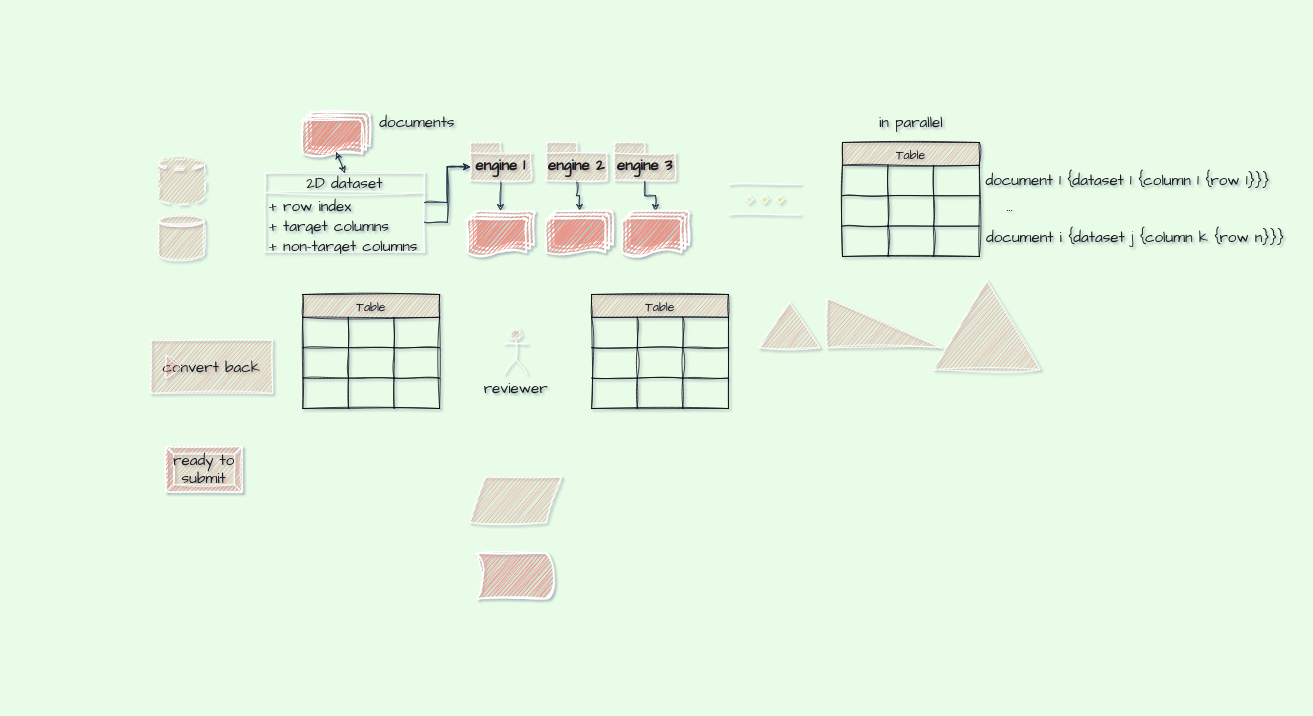
This is tomato.drawio from duanx9/flowcharts, a draw.io file, before an edit. Source tidied: cells renumbered, new cells numbered last; positions are measured from the earlier drawing's top-left corner, leaving out a move shared by most shapes. Both pictures are drawn from the tidied source at 76%, with x=0, y=0 at pixel (150, 106).
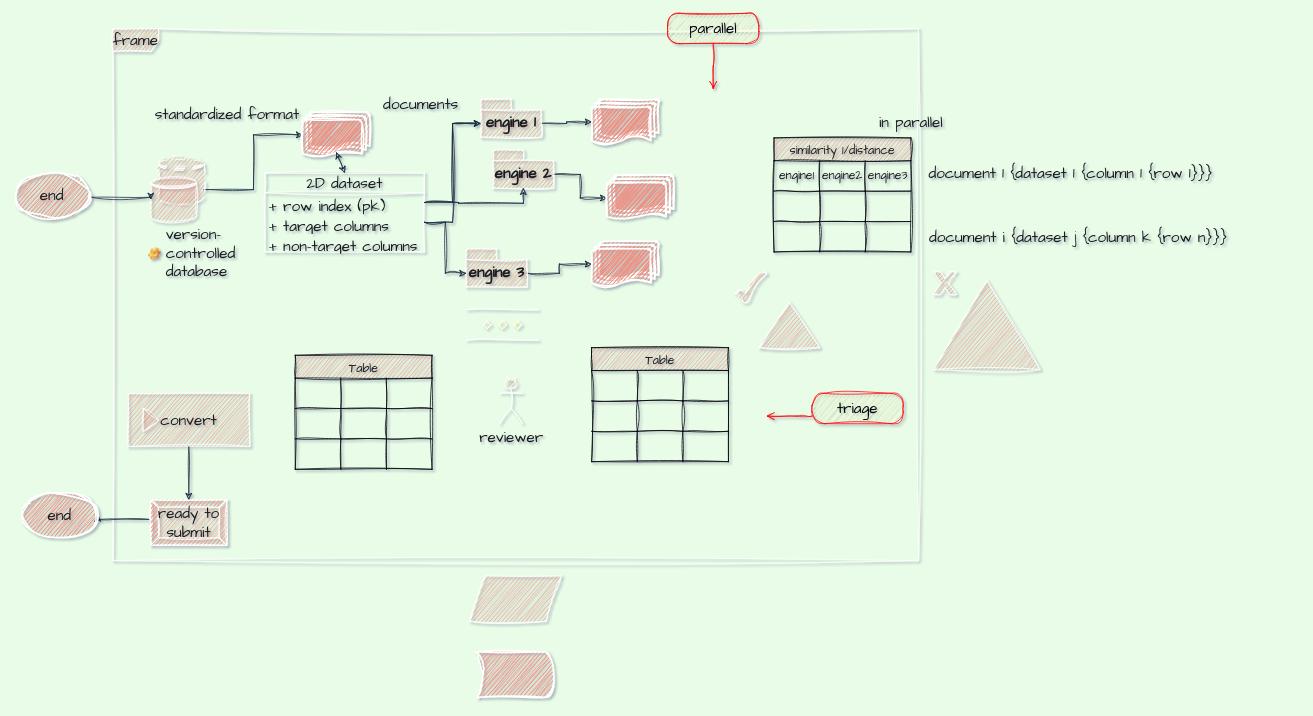
The same page after the edit.

The change refers to these unchanged cells:
```xml
<mxCell id="2" style="shape=datastore;whiteSpace=wrap;html=1;sketch=1;hachureGap=4;jiggle=2;curveFitting=1;strokeColor=#FFFFFF;fontFamily=Architects Daughter;fontSize=20;fontColor=#1A1A1A;fillColor=#F08E81;dashed=1;dashPattern=12 12;" parent="1" vertex="1">
  <mxGeometry x="10" y="67" width="60" height="60" as="geometry" />
</mxCell>
<mxCell id="4" value="2D dataset" style="swimlane;fontStyle=0;horizontal=1;startSize=26;fillColor=none;whiteSpace=wrap;html=1;sketch=1;hachureGap=4;jiggle=2;curveFitting=1;strokeColor=#FFFFFF;fontFamily=Architects Daughter;fontSize=20;fontColor=#1A1A1A;" parent="1" vertex="1">
  <mxGeometry x="150" y="87" width="210" height="104" as="geometry" />
</mxCell>
<mxCell id="6" value="+ target columns" style="text;strokeColor=none;fillColor=none;align=left;verticalAlign=top;spacingLeft=4;spacingRight=4;overflow=hidden;points=[[0,0.5],[1,0.5]];portConstraint=eastwest;whiteSpace=wrap;html=1;fontSize=20;fontFamily=Architects Daughter;fontColor=#1A1A1A;" parent="4" vertex="1">
  <mxGeometry y="52" width="210" height="26" as="geometry" />
</mxCell>
<mxCell id="8" style="strokeWidth=2;html=1;shape=mxgraph.flowchart.multi-document;whiteSpace=wrap;sketch=1;hachureGap=4;jiggle=2;curveFitting=1;strokeColor=#FFFFFF;fontFamily=Architects Daughter;fontSize=20;fontColor=#1A1A1A;fillColor=#F08E81;" parent="1" vertex="1">
  <mxGeometry x="200" y="7" width="88" height="60" as="geometry" />
</mxCell>
<mxCell id="29" style="shape=tableRow;horizontal=0;startSize=0;swimlaneHead=0;swimlaneBody=0;strokeColor=inherit;top=0;left=0;bottom=0;right=0;fillColor=none;fontSize=16;sketch=1;hachureGap=4;jiggle=2;curveFitting=1;fontFamily=Architects Daughter;fontColor=#1A1A1A;" parent="28" vertex="1">
  <mxGeometry y="30" width="180" height="40" as="geometry" />
</mxCell>
```

Diff of the diagram source:
```diff
@@
+    <mxCell id="75" value="frame" style="shape=umlFrame;whiteSpace=wrap;html=1;sketch=1;hachureGap=4;jiggle=2;curveFitting=1;strokeColor=#FFFFFF;fontFamily=Architects Daughter;fontSize=20;fontColor=#1A1A1A;fillColor=#F08E81;" parent="1" vertex="1">
+      <mxGeometry x="-50" y="-103" width="1060" height="700" as="geometry" />
+    </mxCell>
+    <mxCell id="76" style="edgeStyle=orthogonalEdgeStyle;rounded=0;sketch=1;hachureGap=4;jiggle=2;curveFitting=1;jettySize=auto;html=1;exitX=1;exitY=0.7;exitDx=0;exitDy=0;entryX=0;entryY=0.5;entryDx=0;entryDy=0;entryPerimeter=0;strokeColor=#182E3E;fontFamily=Architects Daughter;fontSize=16;fontColor=#1A1A1A;" parent="1" edge="1" source="2" target="8">
+      <mxGeometry relative="1" as="geometry" />
+    </mxCell>
@@
     <mxCell id="3" style="shape=datastore;whiteSpace=wrap;html=1;sketch=1;hachureGap=4;jiggle=2;curveFitting=1;strokeColor=#FFFFFF;fontFamily=Architects Daughter;fontSize=20;fontColor=#1A1A1A;fillColor=#F08E81;" parent="1" vertex="1">
-      <mxGeometry x="10" y="142" width="60" height="60" as="geometry" />
+      <mxGeometry y="92" width="60" height="60" as="geometry" />
     </mxCell>
@@
-    <mxCell id="5" value="+ row index" style="text;strokeColor=none;fillColor=none;align=left;verticalAlign=top;spacingLeft=4;spacingRight=4;overflow=hidden;points=[[0,0.5],[1,0.5]];portConstraint=eastwest;whiteSpace=wrap;html=1;fontSize=20;fontFamily=Architects Daughter;fontColor=#1A1A1A;" parent="4" vertex="1">
+    <mxCell id="5" value="+ row index (pk)" style="text;strokeColor=none;fillColor=none;align=left;verticalAlign=top;spacingLeft=4;spacingRight=4;overflow=hidden;points=[[0,0.5],[1,0.5]];portConstraint=eastwest;whiteSpace=wrap;html=1;fontSize=20;fontFamily=Architects Daughter;fontColor=#1A1A1A;" parent="4" vertex="1">
       <mxGeometry y="26" width="210" height="26" as="geometry" />
     </mxCell>
@@
-    <mxCell id="9" style="edgeStyle=orthogonalEdgeStyle;rounded=0;sketch=1;hachureGap=4;jiggle=2;curveFitting=1;jettySize=auto;html=1;exitX=0.5;exitY=1;exitDx=0;exitDy=0;exitPerimeter=0;entryX=0.5;entryY=0;entryDx=0;entryDy=0;entryPerimeter=0;strokeColor=#182E3E;fontFamily=Architects Daughter;fontSize=16;fontColor=#1A1A1A;" parent="1" edge="1" source="10" target="16">
+    <mxCell id="9" style="edgeStyle=orthogonalEdgeStyle;rounded=0;sketch=1;hachureGap=4;jiggle=2;curveFitting=1;jettySize=auto;html=1;exitX=0;exitY=0;exitDx=80;exitDy=32;exitPerimeter=0;entryX=0;entryY=0.5;entryDx=0;entryDy=0;entryPerimeter=0;strokeColor=#182E3E;fontFamily=Architects Daughter;fontSize=16;fontColor=#1A1A1A;" parent="1" edge="1" source="10" target="16">
       <mxGeometry relative="1" as="geometry" />
     </mxCell>
     <mxCell id="10" value="engine 2" style="shape=folder;fontStyle=1;spacingTop=10;tabWidth=40;tabHeight=14;tabPosition=left;html=1;whiteSpace=wrap;sketch=1;hachureGap=4;jiggle=2;curveFitting=1;strokeColor=#FFFFFF;fontFamily=Architects Daughter;fontSize=20;fontColor=#1A1A1A;fillColor=#F08E81;" parent="1" vertex="1">
-      <mxGeometry x="520" y="47" width="80" height="50" as="geometry" />
+      <mxGeometry x="450" y="57" width="80" height="50" as="geometry" />
     </mxCell>
-    <mxCell id="11" style="edgeStyle=orthogonalEdgeStyle;rounded=0;sketch=1;hachureGap=4;jiggle=2;curveFitting=1;jettySize=auto;html=1;exitX=0.5;exitY=1;exitDx=0;exitDy=0;exitPerimeter=0;entryX=0.5;entryY=0;entryDx=0;entryDy=0;entryPerimeter=0;strokeColor=#182E3E;fontFamily=Architects Daughter;fontSize=16;fontColor=#1A1A1A;" parent="1" edge="1" source="12" target="17">
+    <mxCell id="11" style="edgeStyle=orthogonalEdgeStyle;rounded=0;sketch=1;hachureGap=4;jiggle=2;curveFitting=1;jettySize=auto;html=1;exitX=0;exitY=0;exitDx=80;exitDy=32;exitPerimeter=0;entryX=0;entryY=0.5;entryDx=0;entryDy=0;entryPerimeter=0;strokeColor=#182E3E;fontFamily=Architects Daughter;fontSize=16;fontColor=#1A1A1A;" parent="1" edge="1" source="12" target="17">
       <mxGeometry relative="1" as="geometry" />
     </mxCell>
     <mxCell id="12" value="engine 3" style="shape=folder;fontStyle=1;spacingTop=10;tabWidth=40;tabHeight=14;tabPosition=left;html=1;whiteSpace=wrap;sketch=1;hachureGap=4;jiggle=2;curveFitting=1;strokeColor=#FFFFFF;fontFamily=Architects Daughter;fontSize=20;fontColor=#1A1A1A;fillColor=#F08E81;" parent="1" vertex="1">
-      <mxGeometry x="610" y="47" width="80" height="50" as="geometry" />
+      <mxGeometry x="415" y="187" width="80" height="50" as="geometry" />
     </mxCell>
-    <mxCell id="13" style="edgeStyle=orthogonalEdgeStyle;rounded=0;sketch=1;hachureGap=4;jiggle=2;curveFitting=1;jettySize=auto;html=1;exitX=0.5;exitY=1;exitDx=0;exitDy=0;exitPerimeter=0;entryX=0.5;entryY=0;entryDx=0;entryDy=0;entryPerimeter=0;strokeColor=#182E3E;fontFamily=Architects Daughter;fontSize=16;fontColor=#1A1A1A;" parent="1" edge="1" source="14" target="15">
+    <mxCell id="13" style="edgeStyle=orthogonalEdgeStyle;rounded=0;sketch=1;hachureGap=4;jiggle=2;curveFitting=1;jettySize=auto;html=1;exitX=0;exitY=0;exitDx=80;exitDy=32;exitPerimeter=0;entryX=0;entryY=0.5;entryDx=0;entryDy=0;entryPerimeter=0;strokeColor=#182E3E;fontFamily=Architects Daughter;fontSize=16;fontColor=#1A1A1A;" parent="1" edge="1" source="14" target="15">
       <mxGeometry relative="1" as="geometry" />
     </mxCell>
     <mxCell id="14" value="engine 1" style="shape=folder;fontStyle=1;spacingTop=10;tabWidth=40;tabHeight=14;tabPosition=left;html=1;whiteSpace=wrap;sketch=1;hachureGap=4;jiggle=2;curveFitting=1;strokeColor=#FFFFFF;fontFamily=Architects Daughter;fontSize=20;fontColor=#1A1A1A;fillColor=#F08E81;" parent="1" vertex="1">
-      <mxGeometry x="420" y="47" width="80" height="50" as="geometry" />
+      <mxGeometry x="434" y="-10" width="80" height="50" as="geometry" />
     </mxCell>
     <mxCell id="15" style="strokeWidth=2;html=1;shape=mxgraph.flowchart.multi-document;whiteSpace=wrap;sketch=1;hachureGap=4;jiggle=2;curveFitting=1;strokeColor=#FFFFFF;fontFamily=Architects Daughter;fontSize=20;fontColor=#1A1A1A;fillColor=#F08E81;" parent="1" vertex="1">
-      <mxGeometry x="416" y="137" width="88" height="60" as="geometry" />
+      <mxGeometry x="580" y="-10" width="88" height="60" as="geometry" />
     </mxCell>
     <mxCell id="16" style="strokeWidth=2;html=1;shape=mxgraph.flowchart.multi-document;whiteSpace=wrap;sketch=1;hachureGap=4;jiggle=2;curveFitting=1;strokeColor=#FFFFFF;fontFamily=Architects Daughter;fontSize=20;fontColor=#1A1A1A;fillColor=#F08E81;" parent="1" vertex="1">
-      <mxGeometry x="520" y="137" width="88" height="60" as="geometry" />
+      <mxGeometry x="600" y="90" width="88" height="60" as="geometry" />
     </mxCell>
     <mxCell id="17" style="strokeWidth=2;html=1;shape=mxgraph.flowchart.multi-document;whiteSpace=wrap;sketch=1;hachureGap=4;jiggle=2;curveFitting=1;strokeColor=#FFFFFF;fontFamily=Architects Daughter;fontSize=20;fontColor=#1A1A1A;fillColor=#F08E81;" parent="1" vertex="1">
-      <mxGeometry x="620" y="137" width="88" height="60" as="geometry" />
+      <mxGeometry x="580" y="177" width="88" height="60" as="geometry" />
     </mxCell>
@@
     <mxCell id="20" style="verticalLabelPosition=bottom;verticalAlign=top;html=1;shape=mxgraph.flowchart.parallel_mode;sketch=1;hachureGap=4;jiggle=2;curveFitting=1;strokeColor=#FFFFFF;fontFamily=Architects Daughter;fontSize=20;fontColor=#1A1A1A;fillColor=#F08E81;" parent="1" vertex="1">
-      <mxGeometry x="760" y="102" width="95" height="40" as="geometry" />
+      <mxGeometry x="415" y="267" width="95" height="40" as="geometry" />
     </mxCell>
@@
-    <mxCell id="23" style="verticalLabelPosition=bottom;verticalAlign=top;html=1;shape=mxgraph.basic.orthogonal_triangle;sketch=1;hachureGap=4;jiggle=2;curveFitting=1;strokeColor=#FFFFFF;fontFamily=Architects Daughter;fontSize=20;fontColor=#1A1A1A;fillColor=#F08E81;" parent="1" vertex="1">
-      <mxGeometry x="890" y="252" width="150" height="65" as="geometry" />
-    </mxCell>
     <mxCell id="24" style="strokeWidth=2;html=1;shape=mxgraph.flowchart.stored_data;whiteSpace=wrap;sketch=1;hachureGap=4;jiggle=2;curveFitting=1;strokeColor=#FFFFFF;fontFamily=Architects Daughter;fontSize=20;fontColor=#1A1A1A;fillColor=#F08E81;rotation=-180;" parent="1" vertex="1">
-      <mxGeometry x="430" y="587" width="100" height="60" as="geometry" />
+      <mxGeometry x="430" y="717" width="100" height="60" as="geometry" />
     </mxCell>
+    <mxCell id="77" style="edgeStyle=elbowEdgeStyle;rounded=0;sketch=1;hachureGap=4;jiggle=2;curveFitting=1;jettySize=auto;elbow=vertical;html=1;entryX=1;entryY=0.5;entryDx=0;entryDy=0;entryPerimeter=0;strokeColor=#182E3E;fontFamily=Architects Daughter;fontSize=16;fontColor=#1A1A1A;exitX=-0.01;exitY=0.539;exitDx=0;exitDy=0;exitPerimeter=0;" parent="1" edge="1" source="25" target="91">
+      <mxGeometry relative="1" as="geometry" />
+    </mxCell>
     <mxCell id="25" value="ready to submit" style="labelPosition=center;verticalLabelPosition=middle;align=center;html=1;shape=mxgraph.basic.button;dx=10;whiteSpace=wrap;sketch=1;hachureGap=4;jiggle=2;curveFitting=1;strokeColor=#FFFFFF;fontFamily=Architects Daughter;fontSize=20;fontColor=#1A1A1A;fillColor=#F08E81;" parent="1" vertex="1">
-      <mxGeometry x="20" y="447" width="100" height="60" as="geometry" />
+      <mxGeometry y="517" width="100" height="60" as="geometry" />
     </mxCell>
+    <mxCell id="78" style="edgeStyle=orthogonalEdgeStyle;rounded=0;sketch=1;hachureGap=4;jiggle=2;curveFitting=1;jettySize=auto;html=1;exitX=0.5;exitY=1;exitDx=0;exitDy=0;entryX=0.5;entryY=0;entryDx=0;entryDy=0;entryPerimeter=0;strokeColor=#182E3E;fontFamily=Architects Daughter;fontSize=16;fontColor=#1A1A1A;" parent="1" edge="1" source="26" target="25">
+      <mxGeometry relative="1" as="geometry" />
+    </mxCell>
-    <mxCell id="26" value="convert back" style="html=1;whiteSpace=wrap;sketch=1;hachureGap=4;jiggle=2;curveFitting=1;strokeColor=#FFFFFF;fontFamily=Architects Daughter;fontSize=20;fontColor=#1A1A1A;fillColor=#F08E81;" parent="1" vertex="1">
-      <mxGeometry y="307" width="160" height="70" as="geometry" />
+    <mxCell id="26" value="convert" style="html=1;whiteSpace=wrap;sketch=1;hachureGap=4;jiggle=2;curveFitting=1;strokeColor=#FFFFFF;fontFamily=Architects Daughter;fontSize=20;fontColor=#1A1A1A;fillColor=#F08E81;" parent="1" vertex="1">
+      <mxGeometry x="-30" y="377" width="160" height="70" as="geometry" />
     </mxCell>
@@
-    <mxCell id="28" value="Table" style="shape=table;startSize=30;childLayout=tableLayout;strokeColor=default;fontSize=16;sketch=1;hachureGap=4;jiggle=2;curveFitting=1;fontFamily=Architects Daughter;fontColor=#1A1A1A;fillColor=#F08E81;" parent="1" vertex="1">
-      <mxGeometry x="910" y="47" width="180" height="150" as="geometry" />
+    <mxCell id="28" value="similarity 1/distance" style="shape=table;startSize=30;childLayout=tableLayout;strokeColor=default;fontSize=16;sketch=1;hachureGap=4;jiggle=2;curveFitting=1;fontFamily=Architects Daughter;fontColor=#1A1A1A;fillColor=#F08E81;" parent="1" vertex="1">
+      <mxGeometry x="820" y="41" width="180" height="150" as="geometry" />
     </mxCell>
@@
-    <mxCell id="30" style="shape=partialRectangle;html=1;whiteSpace=wrap;strokeColor=inherit;overflow=hidden;fillColor=none;top=0;left=0;bottom=0;right=0;fontSize=16;sketch=1;hachureGap=4;jiggle=2;curveFitting=1;fontFamily=Architects Daughter;fontColor=#1A1A1A;" parent="29" vertex="1">
+    <mxCell id="30" value="engine1" style="shape=partialRectangle;html=1;whiteSpace=wrap;strokeColor=inherit;overflow=hidden;fillColor=none;top=0;left=0;bottom=0;right=0;fontSize=16;sketch=1;hachureGap=4;jiggle=2;curveFitting=1;fontFamily=Architects Daughter;fontColor=#1A1A1A;" parent="29" vertex="1">
       <mxGeometry width="60" height="40" as="geometry" />
     </mxCell>
-    <mxCell id="31" style="shape=partialRectangle;html=1;whiteSpace=wrap;strokeColor=inherit;overflow=hidden;fillColor=none;top=0;left=0;bottom=0;right=0;fontSize=16;sketch=1;hachureGap=4;jiggle=2;curveFitting=1;fontFamily=Architects Daughter;fontColor=#1A1A1A;" parent="29" vertex="1">
+    <mxCell id="31" value="engine2" style="shape=partialRectangle;html=1;whiteSpace=wrap;strokeColor=inherit;overflow=hidden;fillColor=none;top=0;left=0;bottom=0;right=0;fontSize=16;sketch=1;hachureGap=4;jiggle=2;curveFitting=1;fontFamily=Architects Daughter;fontColor=#1A1A1A;" parent="29" vertex="1">
       <mxGeometry x="60" width="60" height="40" as="geometry" />
     </mxCell>
-    <mxCell id="32" style="shape=partialRectangle;html=1;whiteSpace=wrap;strokeColor=inherit;overflow=hidden;fillColor=none;top=0;left=0;bottom=0;right=0;fontSize=16;sketch=1;hachureGap=4;jiggle=2;curveFitting=1;fontFamily=Architects Daughter;fontColor=#1A1A1A;" parent="29" vertex="1">
+    <mxCell id="32" value="engine3" style="shape=partialRectangle;html=1;whiteSpace=wrap;strokeColor=inherit;overflow=hidden;fillColor=none;top=0;left=0;bottom=0;right=0;fontSize=16;sketch=1;hachureGap=4;jiggle=2;curveFitting=1;fontFamily=Architects Daughter;fontColor=#1A1A1A;" parent="29" vertex="1">
       <mxGeometry x="120" width="60" height="40" as="geometry" />
     </mxCell>
@@
     <mxCell id="41" value="Table" style="shape=table;startSize=30;childLayout=tableLayout;strokeColor=default;fontSize=16;sketch=1;hachureGap=4;jiggle=2;curveFitting=1;fontFamily=Architects Daughter;fontColor=#1A1A1A;fillColor=#F08E81;" parent="1" vertex="1">
-      <mxGeometry x="580" y="247" width="180" height="150" as="geometry" />
+      <mxGeometry x="580" y="317" width="180" height="150" as="geometry" />
     </mxCell>
@@
     <mxCell id="54" value="Table" style="shape=table;startSize=30;childLayout=tableLayout;strokeColor=default;fontSize=16;sketch=1;hachureGap=4;jiggle=2;curveFitting=1;fontFamily=Architects Daughter;fontColor=#1A1A1A;fillColor=#F08E81;" parent="1" vertex="1">
-      <mxGeometry x="200" y="247" width="180" height="150" as="geometry" />
+      <mxGeometry x="190" y="327" width="180" height="150" as="geometry" />
     </mxCell>
@@
     <mxCell id="67" value="reviewer" style="shape=umlActor;verticalLabelPosition=bottom;verticalAlign=top;html=1;sketch=1;hachureGap=4;jiggle=2;curveFitting=1;strokeColor=#FFFFFF;fontFamily=Architects Daughter;fontSize=20;fontColor=#1A1A1A;fillColor=#F08E81;" parent="1" vertex="1">
-      <mxGeometry x="465" y="292" width="30" height="60" as="geometry" />
+      <mxGeometry x="459" y="357" width="30" height="60" as="geometry" />
     </mxCell>
     <mxCell id="68" style="shape=parallelogram;perimeter=parallelogramPerimeter;whiteSpace=wrap;html=1;fixedSize=1;sketch=1;hachureGap=4;jiggle=2;curveFitting=1;strokeColor=#FFFFFF;fontFamily=Architects Daughter;fontSize=20;fontColor=#1A1A1A;fillColor=#F08E81;" parent="1" vertex="1">
-      <mxGeometry x="420" y="487" width="120" height="60" as="geometry" />
+      <mxGeometry x="420" y="617" width="120" height="60" as="geometry" />
     </mxCell>
     <mxCell id="69" value="documents" style="text;html=1;align=center;verticalAlign=middle;strokeColor=none;fillColor=none;fontSize=20;fontFamily=Architects Daughter;fontColor=#1A1A1A;" parent="1" vertex="1">
-      <mxGeometry x="290" width="120" height="40" as="geometry" />
+      <mxGeometry x="295" y="-23" width="120" height="40" as="geometry" />
     </mxCell>
@@
     <mxCell id="71" value="document i {dataset j {column k {row n}}}" style="text;html=1;align=center;verticalAlign=middle;strokeColor=none;fillColor=none;fontSize=20;fontFamily=Architects Daughter;fontColor=#1A1A1A;" parent="1" vertex="1">
-      <mxGeometry x="1085" y="152" width="420" height="40" as="geometry" />
+      <mxGeometry x="1010" y="152" width="420" height="40" as="geometry" />
     </mxCell>
     <mxCell id="72" value="document 1 {dataset 1 {column 1 {row 1}}}" style="text;html=1;align=center;verticalAlign=middle;strokeColor=none;fillColor=none;fontSize=20;fontFamily=Architects Daughter;fontColor=#1A1A1A;" parent="1" vertex="1">
-      <mxGeometry x="1085" y="77" width="400" height="40" as="geometry" />
+      <mxGeometry x="1010" y="67" width="400" height="40" as="geometry" />
     </mxCell>
-    <mxCell id="73" value="..." style="text;html=1;align=center;verticalAlign=middle;strokeColor=none;fillColor=none;fontSize=20;fontFamily=Architects Daughter;fontColor=#1A1A1A;" parent="1" vertex="1">
-      <mxGeometry x="1115" y="110" width="30" height="40" as="geometry" />
-    </mxCell>
@@
+    <mxCell id="79" value="version-controlled database" style="label;fontStyle=0;strokeColor=none;fillColor=none;align=left;verticalAlign=top;overflow=hidden;spacingLeft=28;spacingRight=4;imageWidth=16;imageHeight=16;whiteSpace=wrap;html=1;image=img/clipart/Gear_128x128.png;sketch=1;hachureGap=4;jiggle=2;curveFitting=1;fontFamily=Architects Daughter;fontSize=20;fontColor=#1A1A1A;" parent="1" vertex="1">
+      <mxGeometry x="-10" y="150" width="140" height="87" as="geometry" />
+    </mxCell>
+    <mxCell id="80" value="standardized format" style="text;html=1;align=center;verticalAlign=middle;strokeColor=none;fillColor=none;fontSize=20;fontFamily=Architects Daughter;fontColor=#1A1A1A;" parent="1" vertex="1">
+      <mxGeometry x="-5" y="-10" width="210" height="40" as="geometry" />
+    </mxCell>
+    <mxCell id="81" value="parallel" style="rounded=1;whiteSpace=wrap;html=1;arcSize=40;fontColor=#000000;fillColor=#ffffc0;strokeColor=#ff0000;sketch=1;hachureGap=4;jiggle=2;curveFitting=1;fontFamily=Architects Daughter;fontSize=20;" parent="1" vertex="1">
+      <mxGeometry x="680" y="-123" width="120" height="40" as="geometry" />
+    </mxCell>
+    <mxCell id="82" style="edgeStyle=orthogonalEdgeStyle;html=1;verticalAlign=bottom;endArrow=open;endSize=8;strokeColor=#ff0000;rounded=0;sketch=1;hachureGap=4;jiggle=2;curveFitting=1;fontFamily=Architects Daughter;fontSize=16;fontColor=#1A1A1A;" parent="1" edge="1" source="81">
+      <mxGeometry relative="1" as="geometry">
+        <mxPoint x="740" y="-23" as="targetPoint" />
+      </mxGeometry>
+    </mxCell>
+    <mxCell id="83" style="edgeStyle=orthogonalEdgeStyle;rounded=0;sketch=1;hachureGap=4;jiggle=2;curveFitting=1;jettySize=auto;html=1;exitX=1;exitY=0.5;exitDx=0;exitDy=0;strokeColor=#182E3E;fontFamily=Architects Daughter;fontSize=16;fontColor=#1A1A1A;" parent="1" edge="1" source="5" target="10">
+      <mxGeometry relative="1" as="geometry" />
+    </mxCell>
+    <mxCell id="84" style="edgeStyle=orthogonalEdgeStyle;rounded=0;sketch=1;hachureGap=4;jiggle=2;curveFitting=1;jettySize=auto;html=1;exitX=1;exitY=0.5;exitDx=0;exitDy=0;entryX=0;entryY=0;entryDx=0;entryDy=32;entryPerimeter=0;strokeColor=#182E3E;fontFamily=Architects Daughter;fontSize=16;fontColor=#1A1A1A;" parent="1" edge="1" source="6" target="12">
+      <mxGeometry relative="1" as="geometry" />
+    </mxCell>
+    <mxCell id="85" style="verticalLabelPosition=bottom;verticalAlign=top;html=1;shape=mxgraph.basic.tick;sketch=1;hachureGap=4;jiggle=2;curveFitting=1;strokeColor=#FFFFFF;fontFamily=Architects Daughter;fontSize=20;fontColor=#1A1A1A;fillColor=#F08E81;" parent="1" vertex="1">
+      <mxGeometry x="770" y="217" width="40" height="40" as="geometry" />
+    </mxCell>
+    <mxCell id="86" style="verticalLabelPosition=bottom;verticalAlign=top;html=1;shape=mxgraph.basic.x;sketch=1;hachureGap=4;jiggle=2;curveFitting=1;strokeColor=#FFFFFF;fontFamily=Architects Daughter;fontSize=20;fontColor=#1A1A1A;fillColor=#F08E81;" parent="1" vertex="1">
+      <mxGeometry x="1030" y="217" width="30" height="30" as="geometry" />
+    </mxCell>
+    <mxCell id="87" value="triage" style="rounded=1;whiteSpace=wrap;html=1;arcSize=40;fontColor=#000000;fillColor=#ffffc0;strokeColor=#ff0000;sketch=1;hachureGap=4;jiggle=2;curveFitting=1;fontFamily=Architects Daughter;fontSize=20;" parent="1" vertex="1">
+      <mxGeometry x="870" y="377" width="120" height="40" as="geometry" />
+    </mxCell>
+    <mxCell id="88" style="edgeStyle=orthogonalEdgeStyle;html=1;verticalAlign=bottom;endArrow=open;endSize=8;strokeColor=#ff0000;rounded=0;sketch=1;hachureGap=4;jiggle=2;curveFitting=1;fontFamily=Architects Daughter;fontSize=16;fontColor=#1A1A1A;" parent="1" edge="1" source="87">
+      <mxGeometry relative="1" as="geometry">
+        <mxPoint x="810" y="407" as="targetPoint" />
+        <Array as="points">
+          <mxPoint x="850" y="407" />
+          <mxPoint x="850" y="407" />
+        </Array>
+      </mxGeometry>
+    </mxCell>
+    <mxCell id="89" style="edgeStyle=elbowEdgeStyle;rounded=0;sketch=1;hachureGap=4;jiggle=2;curveFitting=1;jettySize=auto;elbow=vertical;html=1;exitX=1;exitY=0.5;exitDx=0;exitDy=0;exitPerimeter=0;entryX=0;entryY=0.5;entryDx=0;entryDy=0;strokeColor=#182E3E;fontFamily=Architects Daughter;fontSize=16;fontColor=#1A1A1A;" parent="1" edge="1" source="90" target="3">
+      <mxGeometry relative="1" as="geometry" />
+    </mxCell>
+    <mxCell id="90" value="end" style="strokeWidth=2;html=1;shape=mxgraph.flowchart.start_1;whiteSpace=wrap;sketch=1;hachureGap=4;jiggle=2;curveFitting=1;strokeColor=#FFFFFF;fontFamily=Architects Daughter;fontSize=20;fontColor=#1A1A1A;fillColor=#F08E81;" parent="1" vertex="1">
+      <mxGeometry x="-180" y="86" width="100" height="60" as="geometry" />
+    </mxCell>
+    <mxCell id="91" value="end" style="strokeWidth=2;html=1;shape=mxgraph.flowchart.start_1;whiteSpace=wrap;sketch=1;hachureGap=4;jiggle=2;curveFitting=1;strokeColor=#FFFFFF;fontFamily=Architects Daughter;fontSize=20;fontColor=#1A1A1A;fillColor=#F08E81;" parent="1" vertex="1">
+      <mxGeometry x="-170" y="507" width="100" height="60" as="geometry" />
+    </mxCell>
```
